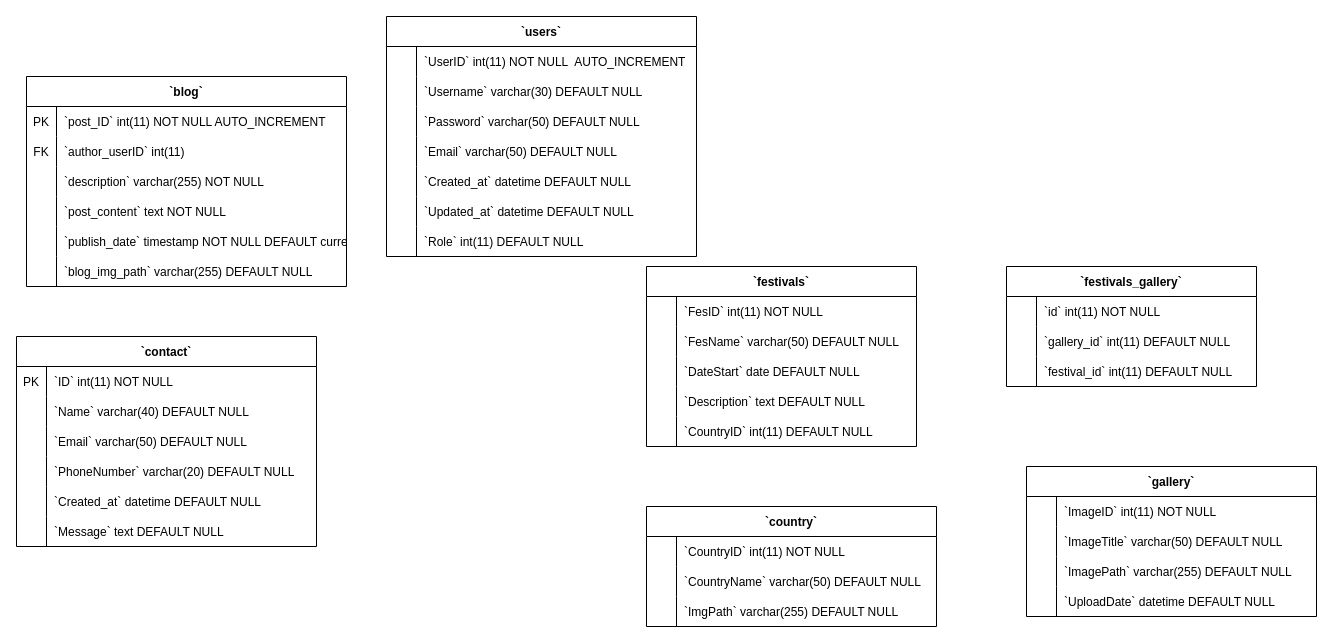
This is moonlightFestivalER.drawio from suyttthideptrai/newgithubrepo, a draw.io file, before an edit. Source tidied: cells renumbered, new cells numbered last; positions are measured from the earlier drawing's top-left corner, leaving out a move shared by most shapes. Both pictures are drawn from the tidied source at 100%, with x=0, y=0 at pixel (16, 16).
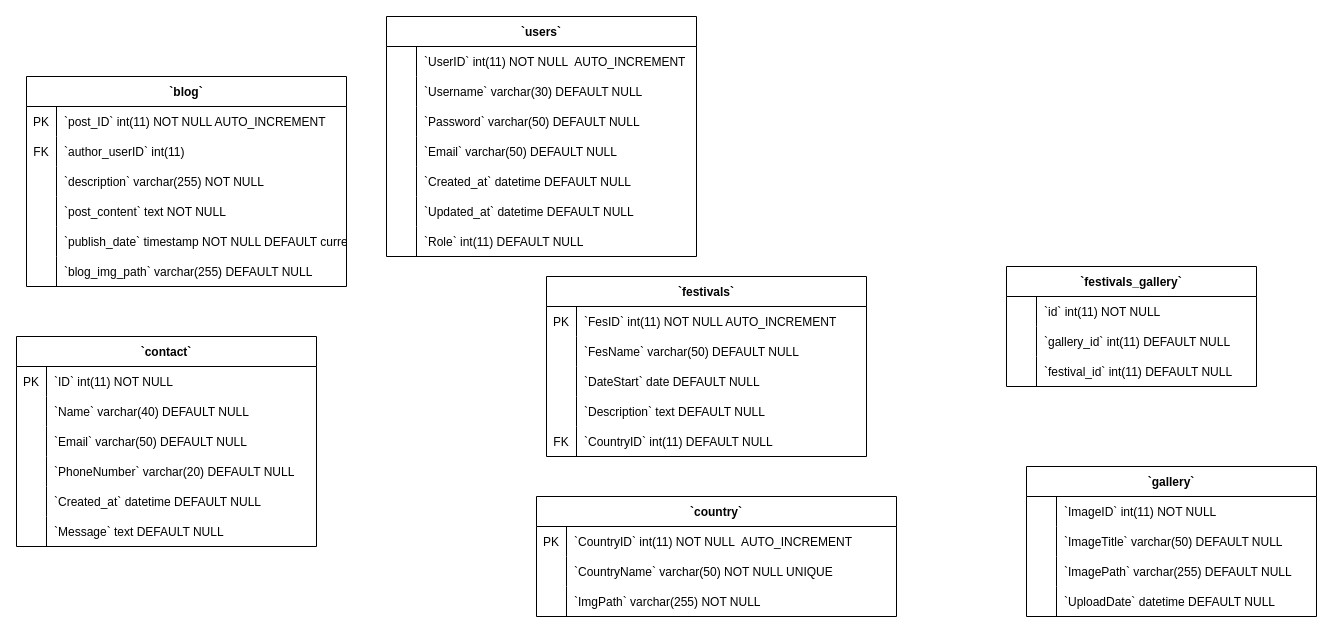
After the change.

The edit, as a diff of the source:
```diff
@@
     <mxCell id="40" value="`country`" style="shape=table;startSize=30;childLayout=tableLayout;rowLines=0;fontStyle=1;align=center;" parent="1" vertex="1">
-      <mxGeometry x="630" y="490" width="290" height="120" as="geometry" />
+      <mxGeometry x="520" y="480" width="360" height="120" as="geometry" />
     </mxCell>
     <mxCell id="41" style="shape=tableRow;horizontal=0;startSize=0;swimlaneHead=0;swimlaneBody=0;fillColor=none;strokeColor=inherit;top=0;left=0;right=0;bottom=0;" parent="40" vertex="1">
-      <mxGeometry y="30" width="290" height="30" as="geometry" />
+      <mxGeometry y="30" width="360" height="30" as="geometry" />
     </mxCell>
-    <mxCell id="42" style="shape=partialRectangle;overflow=hidden;fillColor=none;strokeColor=inherit;top=0;left=0;bottom=0;right=0;" parent="41" vertex="1">
+    <mxCell id="42" value="PK" style="shape=partialRectangle;overflow=hidden;fillColor=none;strokeColor=inherit;top=0;left=0;bottom=0;right=0;" parent="41" vertex="1">
       <mxGeometry width="30" height="30" as="geometry" />
     </mxCell>
-    <mxCell id="43" value="`CountryID` int(11) NOT NULL" style="shape=partialRectangle;overflow=hidden;fillColor=none;align=left;strokeColor=inherit;top=0;left=0;bottom=0;right=0;spacingLeft=6;" parent="41" vertex="1">
-      <mxGeometry x="30" width="260" height="30" as="geometry" />
+    <mxCell id="43" value="`CountryID` int(11) NOT NULL  AUTO_INCREMENT" style="shape=partialRectangle;overflow=hidden;fillColor=none;align=left;strokeColor=inherit;top=0;left=0;bottom=0;right=0;spacingLeft=6;" parent="41" vertex="1">
+      <mxGeometry x="30" width="330" height="30" as="geometry" />
     </mxCell>
     <mxCell id="44" style="shape=tableRow;horizontal=0;startSize=0;swimlaneHead=0;swimlaneBody=0;fillColor=none;strokeColor=inherit;top=0;left=0;right=0;bottom=0;" parent="40" vertex="1">
-      <mxGeometry y="60" width="290" height="30" as="geometry" />
+      <mxGeometry y="60" width="360" height="30" as="geometry" />
     </mxCell>
@@
-    <mxCell id="46" value="`CountryName` varchar(50) DEFAULT NULL" style="shape=partialRectangle;overflow=hidden;fillColor=none;align=left;strokeColor=inherit;top=0;left=0;bottom=0;right=0;spacingLeft=6;" parent="44" vertex="1">
-      <mxGeometry x="30" width="260" height="30" as="geometry" />
+    <mxCell id="46" value="`CountryName` varchar(50) NOT NULL UNIQUE" style="shape=partialRectangle;overflow=hidden;fillColor=none;align=left;strokeColor=inherit;top=0;left=0;bottom=0;right=0;spacingLeft=6;" parent="44" vertex="1">
+      <mxGeometry x="30" width="330" height="30" as="geometry" />
     </mxCell>
     <mxCell id="47" style="shape=tableRow;horizontal=0;startSize=0;swimlaneHead=0;swimlaneBody=0;fillColor=none;strokeColor=inherit;top=0;left=0;right=0;bottom=0;" parent="40" vertex="1">
-      <mxGeometry y="90" width="290" height="30" as="geometry" />
+      <mxGeometry y="90" width="360" height="30" as="geometry" />
     </mxCell>
@@
-    <mxCell id="49" value="`ImgPath` varchar(255) DEFAULT NULL" style="shape=partialRectangle;overflow=hidden;fillColor=none;align=left;strokeColor=inherit;top=0;left=0;bottom=0;right=0;spacingLeft=6;" parent="47" vertex="1">
-      <mxGeometry x="30" width="260" height="30" as="geometry" />
+    <mxCell id="49" value="`ImgPath` varchar(255) NOT NULL" style="shape=partialRectangle;overflow=hidden;fillColor=none;align=left;strokeColor=inherit;top=0;left=0;bottom=0;right=0;spacingLeft=6;" parent="47" vertex="1">
+      <mxGeometry x="30" width="330" height="30" as="geometry" />
     </mxCell>
     <mxCell id="50" value="`festivals`" style="shape=table;startSize=30;childLayout=tableLayout;rowLines=0;fontStyle=1;align=center;" parent="1" vertex="1">
-      <mxGeometry x="630" y="250" width="270" height="180" as="geometry" />
+      <mxGeometry x="530" y="260" width="320" height="180" as="geometry" />
     </mxCell>
     <mxCell id="51" style="shape=tableRow;horizontal=0;startSize=0;swimlaneHead=0;swimlaneBody=0;fillColor=none;strokeColor=inherit;top=0;left=0;right=0;bottom=0;" parent="50" vertex="1">
-      <mxGeometry y="30" width="270" height="30" as="geometry" />
+      <mxGeometry y="30" width="320" height="30" as="geometry" />
     </mxCell>
-    <mxCell id="52" style="shape=partialRectangle;overflow=hidden;fillColor=none;strokeColor=inherit;top=0;left=0;bottom=0;right=0;" parent="51" vertex="1">
+    <mxCell id="52" value="PK" style="shape=partialRectangle;overflow=hidden;fillColor=none;strokeColor=inherit;top=0;left=0;bottom=0;right=0;" parent="51" vertex="1">
       <mxGeometry width="30" height="30" as="geometry" />
     </mxCell>
-    <mxCell id="53" value="`FesID` int(11) NOT NULL" style="shape=partialRectangle;overflow=hidden;fillColor=none;align=left;strokeColor=inherit;top=0;left=0;bottom=0;right=0;spacingLeft=6;" parent="51" vertex="1">
-      <mxGeometry x="30" width="240" height="30" as="geometry" />
+    <mxCell id="53" value="`FesID` int(11) NOT NULL AUTO_INCREMENT" style="shape=partialRectangle;overflow=hidden;fillColor=none;align=left;strokeColor=inherit;top=0;left=0;bottom=0;right=0;spacingLeft=6;" parent="51" vertex="1">
+      <mxGeometry x="30" width="290" height="30" as="geometry" />
     </mxCell>
     <mxCell id="54" style="shape=tableRow;horizontal=0;startSize=0;swimlaneHead=0;swimlaneBody=0;fillColor=none;strokeColor=inherit;top=0;left=0;right=0;bottom=0;" parent="50" vertex="1">
-      <mxGeometry y="60" width="270" height="30" as="geometry" />
+      <mxGeometry y="60" width="320" height="30" as="geometry" />
     </mxCell>
@@
     <mxCell id="56" value="`FesName` varchar(50) DEFAULT NULL" style="shape=partialRectangle;overflow=hidden;fillColor=none;align=left;strokeColor=inherit;top=0;left=0;bottom=0;right=0;spacingLeft=6;" parent="54" vertex="1">
-      <mxGeometry x="30" width="240" height="30" as="geometry" />
+      <mxGeometry x="30" width="290" height="30" as="geometry" />
     </mxCell>
     <mxCell id="57" style="shape=tableRow;horizontal=0;startSize=0;swimlaneHead=0;swimlaneBody=0;fillColor=none;strokeColor=inherit;top=0;left=0;right=0;bottom=0;" parent="50" vertex="1">
-      <mxGeometry y="90" width="270" height="30" as="geometry" />
+      <mxGeometry y="90" width="320" height="30" as="geometry" />
     </mxCell>
@@
     <mxCell id="59" value="`DateStart` date DEFAULT NULL" style="shape=partialRectangle;overflow=hidden;fillColor=none;align=left;strokeColor=inherit;top=0;left=0;bottom=0;right=0;spacingLeft=6;" parent="57" vertex="1">
-      <mxGeometry x="30" width="240" height="30" as="geometry" />
+      <mxGeometry x="30" width="290" height="30" as="geometry" />
     </mxCell>
     <mxCell id="60" style="shape=tableRow;horizontal=0;startSize=0;swimlaneHead=0;swimlaneBody=0;fillColor=none;strokeColor=inherit;top=0;left=0;right=0;bottom=0;" parent="50" vertex="1">
-      <mxGeometry y="120" width="270" height="30" as="geometry" />
+      <mxGeometry y="120" width="320" height="30" as="geometry" />
     </mxCell>
@@
     <mxCell id="62" value="`Description` text DEFAULT NULL" style="shape=partialRectangle;overflow=hidden;fillColor=none;align=left;strokeColor=inherit;top=0;left=0;bottom=0;right=0;spacingLeft=6;" parent="60" vertex="1">
-      <mxGeometry x="30" width="240" height="30" as="geometry" />
+      <mxGeometry x="30" width="290" height="30" as="geometry" />
     </mxCell>
     <mxCell id="63" style="shape=tableRow;horizontal=0;startSize=0;swimlaneHead=0;swimlaneBody=0;fillColor=none;strokeColor=inherit;top=0;left=0;right=0;bottom=0;" parent="50" vertex="1">
-      <mxGeometry y="150" width="270" height="30" as="geometry" />
+      <mxGeometry y="150" width="320" height="30" as="geometry" />
     </mxCell>
-    <mxCell id="64" style="shape=partialRectangle;overflow=hidden;fillColor=none;strokeColor=inherit;top=0;left=0;bottom=0;right=0;" parent="63" vertex="1">
+    <mxCell id="64" value="FK" style="shape=partialRectangle;overflow=hidden;fillColor=none;strokeColor=inherit;top=0;left=0;bottom=0;right=0;" parent="63" vertex="1">
       <mxGeometry width="30" height="30" as="geometry" />
     </mxCell>
     <mxCell id="65" value="`CountryID` int(11) DEFAULT NULL" style="shape=partialRectangle;overflow=hidden;fillColor=none;align=left;strokeColor=inherit;top=0;left=0;bottom=0;right=0;spacingLeft=6;" parent="63" vertex="1">
-      <mxGeometry x="30" width="240" height="30" as="geometry" />
+      <mxGeometry x="30" width="290" height="30" as="geometry" />
     </mxCell>
```
